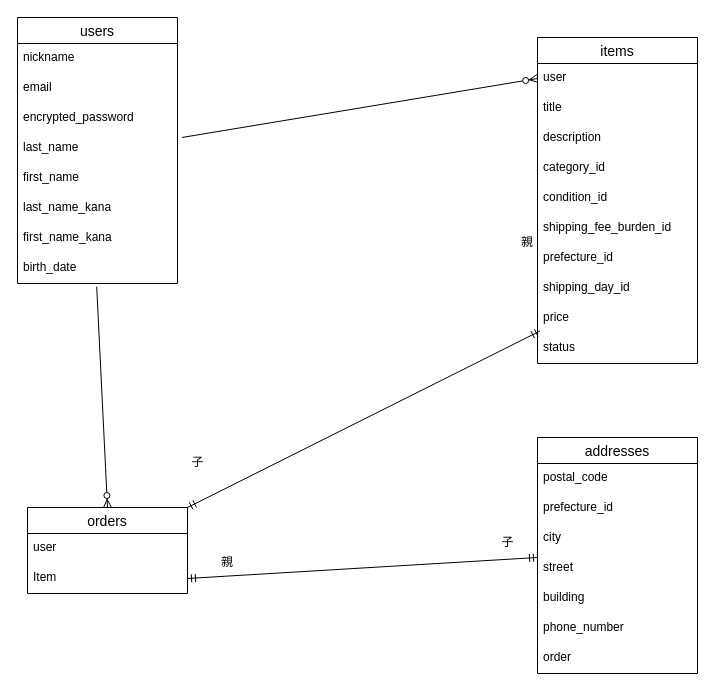
The draw.io diagram app/ER.dio in ymshkdev/furima-46582, before the edit. Source tidied: cells renumbered, new cells numbered last; positions are measured from the earlier drawing's top-left corner, leaving out a move shared by most shapes. Both pictures are drawn from the tidied source at 100%, with x=0, y=0 at pixel (17, 17).
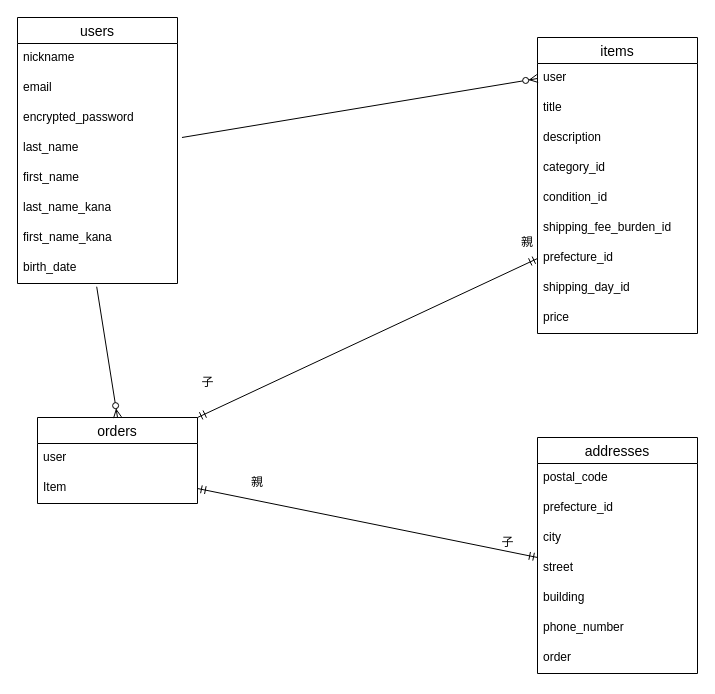
After the change.

Unchanged cells that the change refers to:
```xml
<mxCell id="18" value="prefecture_id" style="text;strokeColor=none;fillColor=none;spacingLeft=4;spacingRight=4;overflow=hidden;points=[[0,0.5],[1,0.5]];portConstraint=eastwest;fontSize=12;whiteSpace=wrap;html=1;" parent="11" vertex="1">
  <mxGeometry y="206" width="160" height="30" as="geometry" />
</mxCell>
<mxCell id="20" value="price" style="text;strokeColor=none;fillColor=none;spacingLeft=4;spacingRight=4;overflow=hidden;points=[[0,0.5],[1,0.5]];portConstraint=eastwest;fontSize=12;whiteSpace=wrap;html=1;" parent="11" vertex="1">
  <mxGeometry y="266" width="160" height="30" as="geometry" />
</mxCell>
```

What changed in the source:
```diff
@@
     <mxCell id="11" value="items" style="swimlane;fontStyle=0;horizontal=1;startSize=26;align=center;fontSize=14;" parent="1" vertex="1">
-      <mxGeometry x="520" y="20" width="160" height="326" as="geometry" />
+      <mxGeometry x="520" y="20" width="160" height="296" as="geometry" />
     </mxCell>
@@
-    <mxCell id="21" value="status" style="text;strokeColor=none;fillColor=none;spacingLeft=4;spacingRight=4;overflow=hidden;fontSize=12;whiteSpace=wrap;html=1;" parent="11" vertex="1">
-      <mxGeometry y="296" width="160" height="30" as="geometry" />
-    </mxCell>
     <mxCell id="22" value="orders" style="swimlane;fontStyle=0;horizontal=1;startSize=26;align=center;fontSize=14;" parent="1" vertex="1">
-      <mxGeometry x="10" y="490" width="160" height="86" as="geometry" />
+      <mxGeometry x="20" y="400" width="160" height="86" as="geometry" />
     </mxCell>
@@
-    <mxCell id="35" style="fontSize=12;html=1;endArrow=ERmandOne;startArrow=ERmandOne;entryX=0.015;entryY=0.92;entryDx=0;entryDy=0;entryPerimeter=0;exitX=1;exitY=0;exitDx=0;exitDy=0;" parent="1" edge="1" source="22" target="20">
+    <mxCell id="35" style="fontSize=12;html=1;endArrow=ERmandOne;startArrow=ERmandOne;entryX=0;entryY=0.5;entryDx=0;entryDy=0;exitX=1;exitY=0;exitDx=0;exitDy=0;" parent="1" edge="1" source="22" target="18">
       <mxGeometry relative="1" as="geometry" />
     </mxCell>
@@
     <mxCell id="37" value="子" style="text;html=1;align=center;verticalAlign=middle;strokeColor=none;fillColor=none;" parent="1" vertex="1">
-      <mxGeometry x="160" y="430" width="40" height="30" as="geometry" />
+      <mxGeometry x="170" y="350" width="40" height="30" as="geometry" />
     </mxCell>
@@
     <mxCell id="40" value="親" style="text;strokeColor=none;align=center;fillColor=none;html=1;verticalAlign=middle;whiteSpace=wrap;rounded=0;" parent="1" vertex="1">
-      <mxGeometry x="180" y="530" width="60" height="30" as="geometry" />
+      <mxGeometry x="210" y="450" width="60" height="30" as="geometry" />
     </mxCell>
```
